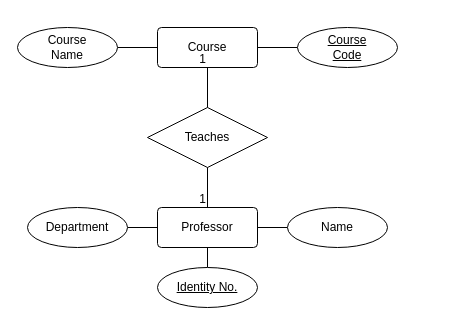
Above: page "Q1_c" (3 of 3) of assign1_Q1.drawio in Krish-TT/DBMS-Lab-Course-MA2205 (draw.io), before the change. Source tidied: cells renumbered, new cells numbered last; positions are measured from the earlier drawing's top-left corner, leaving out a move shared by most shapes. Both pictures are drawn from the tidied source at 100%, with x=0, y=0 at pixel (17, 27).
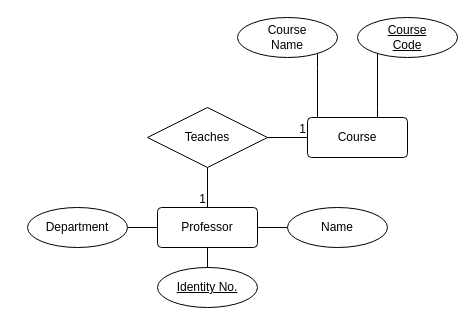
After the change.

The change refers to these unchanged cells:
```xml
<mxCell id="8" value="Teaches" style="shape=rhombus;perimeter=rhombusPerimeter;whiteSpace=wrap;html=1;align=center;" parent="1" vertex="1">
  <mxGeometry x="130" y="80" width="120" height="60" as="geometry" />
</mxCell>
```

The edit, as a diff of the source:
```diff
@@
     <mxCell id="7" value="Course" style="rounded=1;arcSize=10;whiteSpace=wrap;html=1;align=center;" parent="1" vertex="1">
-      <mxGeometry x="140" width="100" height="40" as="geometry" />
+      <mxGeometry x="290" y="90" width="100" height="40" as="geometry" />
     </mxCell>
@@
     <mxCell id="9" style="edgeStyle=orthogonalEdgeStyle;rounded=0;jettySize=auto;html=1;endArrow=none;endFill=0;" parent="1" edge="1" source="10" target="7">
-      <mxGeometry relative="1" as="geometry" />
+      <mxGeometry relative="1" as="geometry">
+        <Array as="points">
+          <mxPoint x="300" y="40" />
+          <mxPoint x="300" y="40" />
+        </Array>
+      </mxGeometry>
     </mxCell>
     <mxCell id="10" value="Course&lt;div&gt;Name&lt;/div&gt;" style="ellipse;whiteSpace=wrap;html=1;align=center;" parent="1" vertex="1">
-      <mxGeometry width="100" height="40" as="geometry" />
+      <mxGeometry x="220" y="-10" width="100" height="40" as="geometry" />
     </mxCell>
@@
     <mxCell id="13" style="edgeStyle=orthogonalEdgeStyle;rounded=0;jettySize=auto;html=1;endArrow=none;endFill=0;" parent="1" edge="1" source="14" target="7">
-      <mxGeometry relative="1" as="geometry" />
+      <mxGeometry relative="1" as="geometry">
+        <Array as="points">
+          <mxPoint x="360" y="80" />
+          <mxPoint x="360" y="80" />
+        </Array>
+      </mxGeometry>
     </mxCell>
     <mxCell id="14" value="&lt;u&gt;Course&lt;/u&gt;&lt;div&gt;&lt;u&gt;Code&lt;/u&gt;&lt;/div&gt;" style="ellipse;whiteSpace=wrap;html=1;align=center;" parent="1" vertex="1">
-      <mxGeometry x="280" width="100" height="40" as="geometry" />
+      <mxGeometry x="340" y="-10" width="100" height="40" as="geometry" />
     </mxCell>
@@
-    <mxCell id="17" style="endArrow=none;html=1;rounded=0;entryX=0.5;entryY=1;entryDx=0;entryDy=0;exitX=0.5;exitY=0;exitDx=0;exitDy=0;" parent="1" edge="1" source="8" target="7">
+    <mxCell id="17" style="endArrow=none;html=1;rounded=0;entryX=0;entryY=0.5;entryDx=0;entryDy=0;exitX=1;exitY=0.5;exitDx=0;exitDy=0;" parent="1" edge="1" source="8" target="7">
       <mxGeometry relative="1" as="geometry" />
     </mxCell>
```
